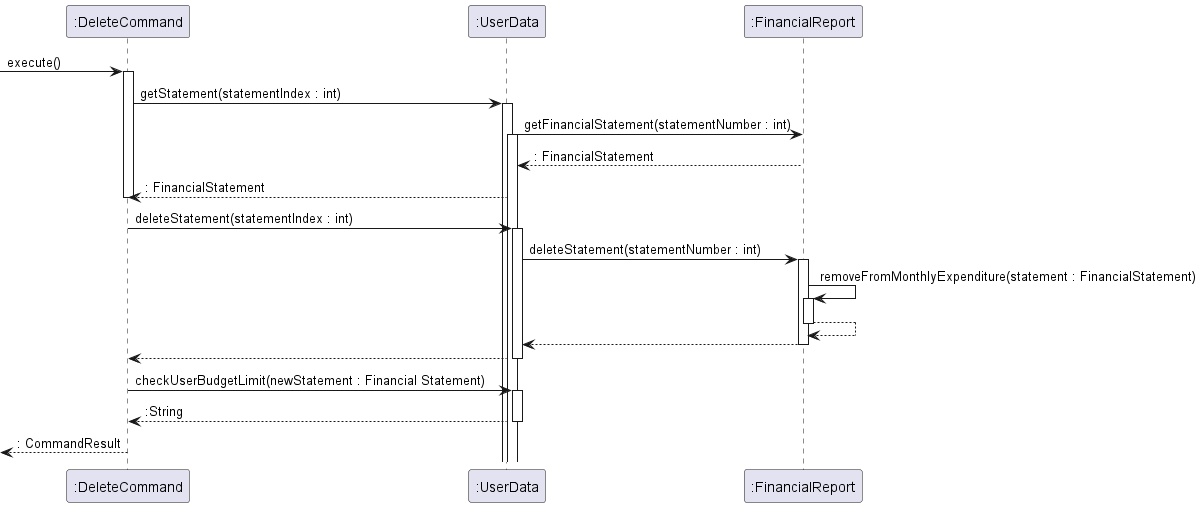
This is docs/images/DeveloperGuide/DeleteCommandSequenceDiagram.png from nus-cs2113-AY2223S2/tp, a PlantUML export, as it was before one commit.
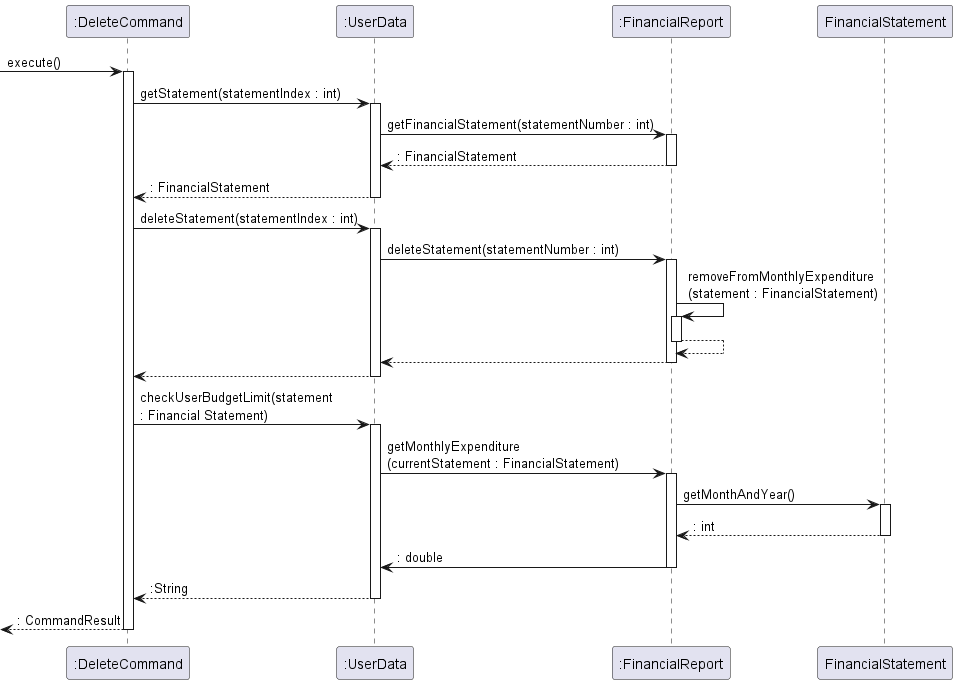
After the change.

Commit message:
fix bug in DeleteCommandSequenceDiagram

The edit, as a diff of the source:
```diff
@@ -10,13 +10,13 @@
 activate UserData
 
 UserData -> FinancialReport : getFinancialStatement(statementNumber : int)
-activate UserData
+activate FinancialReport
 
 FinancialReport --> UserData : : FinancialStatement
 deactivate FinancialReport
 
 UserData --> DeleteCommand : : FinancialStatement
-deactivate DeleteCommand
+deactivate UserData
 
 DeleteCommand -> UserData : deleteStatement(statementIndex : int)
 activate UserData
@@ -24,7 +24,7 @@
 UserData -> FinancialReport : deleteStatement(statementNumber : int)
 activate FinancialReport
 
-FinancialReport -> FinancialReport : removeFromMonthlyExpenditure(statement : FinancialStatement)
+FinancialReport -> FinancialReport : removeFromMonthlyExpenditure\n(statement : FinancialStatement)
 activate FinancialReport
 
 FinancialReport --> FinancialReport
@@ -36,8 +36,20 @@
 UserData --> DeleteCommand
 deactivate UserData
 
-DeleteCommand -> UserData : checkUserBudgetLimit(newStatement : Financial Statement)
+DeleteCommand -> UserData : checkUserBudgetLimit(statement \n: Financial Statement)
 activate UserData
+
+UserData -> FinancialReport : getMonthlyExpenditure\n(currentStatement : FinancialStatement)
+activate FinancialReport
+
+FinancialReport -> FinancialStatement : getMonthAndYear()
+activate FinancialStatement
+
+FinancialStatement --> FinancialReport : : int
+deactivate FinancialStatement
+
+FinancialReport -> UserData : : double
+deactivate FinancialReport
 
 UserData --> DeleteCommand : :String
 deactivate UserData
```
